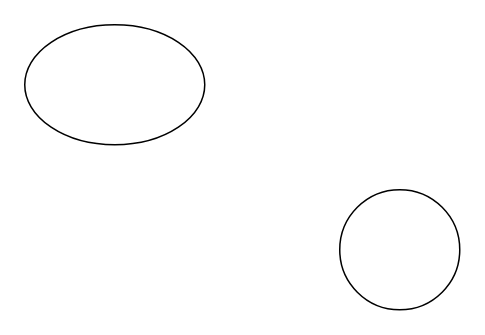
The draw.io diagram 2.drawio in MrLiuWinter/vscodetest, before the edit. Source tidied: cells renumbered, new cells numbered last; positions are measured from the earlier drawing's top-left corner, leaving out a move shared by most shapes. Both pictures are drawn from the tidied source at 150%, with x=0, y=0 at pixel (24, 24).
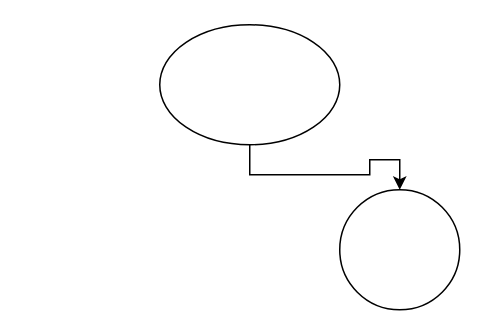
The same page after the edit.

Diff of the diagram source:
```diff
@@
 <mxGraphModel>
   <root>
     <mxCell id="0" />
     <mxCell id="1" parent="0" />
+    <mxCell id="4" style="edgeStyle=orthogonalEdgeStyle;rounded=0;jettySize=auto;html=1;" parent="1" edge="1" source="2" target="3">
+      <mxGeometry relative="1" as="geometry" />
+    </mxCell>
     <mxCell id="2" style="ellipse;whiteSpace=wrap;html=1;" parent="1" vertex="1">
-      <mxGeometry width="120" height="80" as="geometry" />
+      <mxGeometry x="90" width="120" height="80" as="geometry" />
     </mxCell>
     <mxCell id="3" style="ellipse;whiteSpace=wrap;html=1;" parent="1" vertex="1">
       <mxGeometry x="210" y="110" width="80" height="80" as="geometry" />
     </mxCell>
   </root>
 </mxGraphModel>
```
